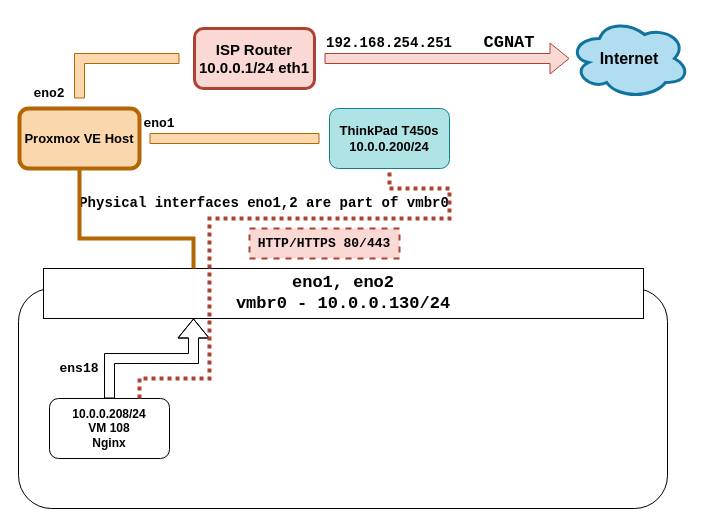
Above: docs/network-diagram.drawio in Andreansx/proxmox-nginx-vm-setup (draw.io), before the change. Source tidied: cells renumbered, new cells numbered last; positions are measured from the earlier drawing's top-left corner, leaving out a move shared by most shapes. Both pictures are drawn from the tidied source at 100%, with x=0, y=0 at pixel (18, 18).
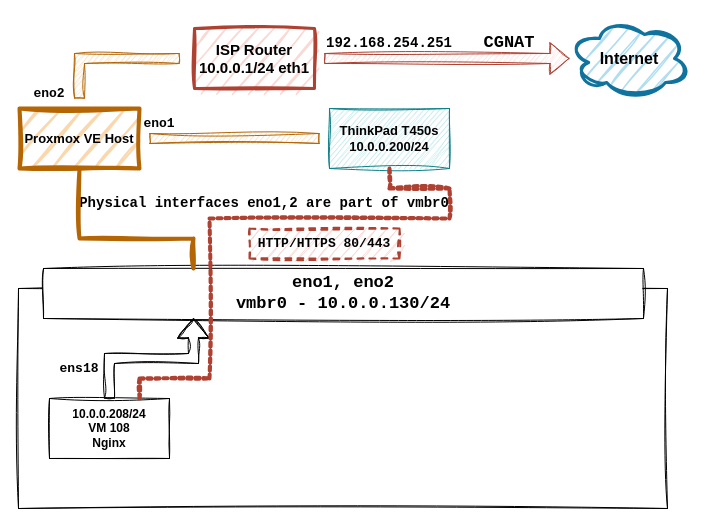
After the change.

Diff of the diagram source:
```diff
@@
-    <mxCell id="2" style="rounded=1;whiteSpace=wrap;html=1;strokeWidth=1;" parent="1" vertex="1">
+    <mxCell id="2" style="rounded=0;whiteSpace=wrap;html=1;strokeWidth=1;sketch=1;curveFitting=1;jiggle=2;" parent="1" vertex="1">
       <mxGeometry y="270" width="649" height="220" as="geometry" />
     </mxCell>
-    <mxCell id="3" value="&lt;font face=&quot;Helvetica&quot; style=&quot;font-size: 13px;&quot;&gt;&lt;b style=&quot;&quot;&gt;Proxmox VE Host&lt;/b&gt;&lt;/font&gt;" style="rounded=1;whiteSpace=wrap;html=1;fillColor=light-dark(#FAD7AC,#6C410C);strokeColor=light-dark(#B46504,#C98021);strokeWidth=4;" parent="1" vertex="1">
+    <mxCell id="3" value="&lt;font face=&quot;Helvetica&quot; style=&quot;font-size: 13px;&quot;&gt;&lt;b style=&quot;&quot;&gt;Proxmox VE Host&lt;/b&gt;&lt;/font&gt;" style="rounded=0;whiteSpace=wrap;html=1;fillColor=light-dark(#FAD7AC,#6C410C);strokeColor=light-dark(#B46504,#C98021);strokeWidth=4;sketch=1;curveFitting=1;jiggle=2;" parent="1" vertex="1">
       <mxGeometry x="1" y="90" width="120" height="60" as="geometry" />
     </mxCell>
-    <mxCell id="4" value="&lt;div&gt;10.0.0.208/24&lt;/div&gt;VM 108&lt;div&gt;Nginx&lt;/div&gt;" style="rounded=1;whiteSpace=wrap;html=1;fontStyle=1;" parent="1" vertex="1">
+    <mxCell id="4" value="&lt;div&gt;10.0.0.208/24&lt;/div&gt;VM 108&lt;div&gt;Nginx&lt;/div&gt;" style="rounded=0;whiteSpace=wrap;html=1;fontStyle=1;sketch=1;curveFitting=1;jiggle=2;" parent="1" vertex="1">
       <mxGeometry x="31" y="380" width="120" height="60" as="geometry" />
     </mxCell>
-    <mxCell id="5" value="&lt;b&gt;&lt;font style=&quot;font-size: 16px;&quot;&gt;Internet&lt;/font&gt;&lt;/b&gt;" style="ellipse;shape=cloud;whiteSpace=wrap;html=1;fillColor=light-dark(#B1DDF0,#1D4C60);strokeColor=#10739e;strokeWidth=3;" parent="1" vertex="1">
+    <mxCell id="5" value="&lt;b&gt;&lt;font style=&quot;font-size: 16px;&quot;&gt;Internet&lt;/font&gt;&lt;/b&gt;" style="ellipse;shape=cloud;whiteSpace=wrap;html=1;fillColor=light-dark(#B1DDF0,#1D4C60);strokeColor=#10739e;strokeWidth=3;sketch=1;curveFitting=1;jiggle=2;rounded=0;" parent="1" vertex="1">
       <mxGeometry x="551" width="120" height="80" as="geometry" />
     </mxCell>
-    <mxCell id="6" style="shape=flexArrow;endArrow=none;html=1;rounded=0;fillColor=light-dark(#FAD7AC,#6C410C);strokeColor=light-dark(#B46504,#C98021);startFill=0;" parent="1" edge="1">
+    <mxCell id="6" style="shape=flexArrow;endArrow=none;html=1;rounded=0;fillColor=light-dark(#FAD7AC,#6C410C);strokeColor=light-dark(#B46504,#C98021);startFill=0;sketch=1;curveFitting=1;jiggle=2;" parent="1" edge="1">
       <mxGeometry relative="1" as="geometry">
         <mxPoint x="61" y="80" as="sourcePoint" />
         <mxPoint x="161" y="40" as="targetPoint" />
         <Array as="points">
           <mxPoint x="61" y="40" />
         </Array>
       </mxGeometry>
     </mxCell>
-    <mxCell id="7" value="&lt;b&gt;&lt;font style=&quot;font-size: 15px;&quot;&gt;ISP Router&lt;/font&gt;&lt;/b&gt;&lt;div&gt;&lt;b&gt;&lt;font style=&quot;font-size: 15px;&quot;&gt;10.0.0.1/24 eth1&lt;/font&gt;&lt;/b&gt;&lt;/div&gt;" style="rounded=1;whiteSpace=wrap;html=1;fillColor=light-dark(#FAD9D5,#6C3B33);strokeColor=light-dark(#AE4132,#EC5247);strokeWidth=3;" parent="1" vertex="1">
+    <mxCell id="7" value="&lt;b&gt;&lt;font style=&quot;font-size: 15px;&quot;&gt;ISP Router&lt;/font&gt;&lt;/b&gt;&lt;div&gt;&lt;b&gt;&lt;font style=&quot;font-size: 15px;&quot;&gt;10.0.0.1/24 eth1&lt;/font&gt;&lt;/b&gt;&lt;/div&gt;" style="rounded=0;whiteSpace=wrap;html=1;fillColor=light-dark(#FAD9D5,#6C3B33);strokeColor=light-dark(#AE4132,#EC5247);strokeWidth=3;sketch=1;curveFitting=1;jiggle=2;" parent="1" vertex="1">
       <mxGeometry x="176" y="10" width="120" height="60" as="geometry" />
     </mxCell>
-    <mxCell id="8" style="shape=flexArrow;endArrow=classic;html=1;rounded=0;fillColor=light-dark(#FAD9D5,#6C3B33);strokeColor=light-dark(#AE4132,#EC5247);" parent="1" edge="1" target="5">
+    <mxCell id="8" style="shape=flexArrow;endArrow=classic;html=1;rounded=0;fillColor=light-dark(#FAD9D5,#6C3B33);strokeColor=light-dark(#AE4132,#EC5247);sketch=1;curveFitting=1;jiggle=2;" parent="1" edge="1" target="5">
       <mxGeometry relative="1" as="geometry">
         <mxPoint x="306" y="40" as="sourcePoint" />
       </mxGeometry>
     </mxCell>
-    <mxCell id="9" value="&lt;div&gt;&lt;b&gt;&lt;font face=&quot;Courier New&quot; style=&quot;font-size: 17px;&quot;&gt;eno1, eno2&lt;/font&gt;&lt;/b&gt;&lt;/div&gt;&lt;b&gt;&lt;font face=&quot;Courier New&quot; style=&quot;font-size: 17px;&quot;&gt;vmbr0 - 10.0.0.130/24&lt;/font&gt;&lt;/b&gt;" style="rounded=0;whiteSpace=wrap;html=1;" parent="1" vertex="1">
+    <mxCell id="9" value="&lt;div&gt;&lt;b&gt;&lt;font face=&quot;Courier New&quot; style=&quot;font-size: 17px;&quot;&gt;eno1, eno2&lt;/font&gt;&lt;/b&gt;&lt;/div&gt;&lt;b&gt;&lt;font face=&quot;Courier New&quot; style=&quot;font-size: 17px;&quot;&gt;vmbr0 - 10.0.0.130/24&lt;/font&gt;&lt;/b&gt;" style="rounded=0;whiteSpace=wrap;html=1;sketch=1;curveFitting=1;jiggle=2;" parent="1" vertex="1">
       <mxGeometry x="25" y="250" width="600" height="50" as="geometry" />
     </mxCell>
-    <mxCell id="10" value="&lt;font face=&quot;Courier New&quot;&gt;&lt;span style=&quot;font-size: 13px;&quot;&gt;&lt;b&gt;eno2&lt;/b&gt;&lt;/span&gt;&lt;/font&gt;" style="text;html=1;align=center;verticalAlign=middle;whiteSpace=wrap;rounded=0;" parent="1" vertex="1">
+    <mxCell id="10" value="&lt;font face=&quot;Courier New&quot;&gt;&lt;span style=&quot;font-size: 13px;&quot;&gt;&lt;b&gt;eno2&lt;/b&gt;&lt;/span&gt;&lt;/font&gt;" style="text;html=1;align=center;verticalAlign=middle;whiteSpace=wrap;rounded=0;sketch=1;curveFitting=1;jiggle=2;" parent="1" vertex="1">
       <mxGeometry x="1" y="60" width="60" height="30" as="geometry" />
     </mxCell>
-    <mxCell id="11" value="&lt;pre&gt;&lt;b&gt;&lt;font style=&quot;font-size: 14px;&quot;&gt;Physical interfaces eno1,2 are part of vmbr0&lt;/font&gt;&lt;/b&gt;&lt;/pre&gt;" style="text;html=1;align=center;verticalAlign=middle;whiteSpace=wrap;rounded=0;" parent="1" vertex="1">
+    <mxCell id="11" value="&lt;pre&gt;&lt;b&gt;&lt;font style=&quot;font-size: 14px;&quot;&gt;Physical interfaces eno1,2 are part of vmbr0&lt;/font&gt;&lt;/b&gt;&lt;/pre&gt;" style="text;html=1;align=center;verticalAlign=middle;whiteSpace=wrap;rounded=0;sketch=1;curveFitting=1;jiggle=2;" parent="1" vertex="1">
       <mxGeometry x="91" y="170" width="310" height="30" as="geometry" />
     </mxCell>
-    <mxCell id="12" value="&lt;b&gt;&lt;font style=&quot;font-size: 13px;&quot;&gt;ThinkPad T450s&lt;/font&gt;&lt;/b&gt;&lt;div&gt;&lt;b&gt;&lt;font style=&quot;font-size: 13px;&quot;&gt;10.0.0.200/24&lt;/font&gt;&lt;/b&gt;&lt;/div&gt;" style="rounded=1;whiteSpace=wrap;html=1;fillColor=light-dark(#B0E3E6,#175358);strokeColor=#0e8088;" parent="1" vertex="1">
+    <mxCell id="12" value="&lt;b&gt;&lt;font style=&quot;font-size: 13px;&quot;&gt;ThinkPad T450s&lt;/font&gt;&lt;/b&gt;&lt;div&gt;&lt;b&gt;&lt;font style=&quot;font-size: 13px;&quot;&gt;10.0.0.200/24&lt;/font&gt;&lt;/b&gt;&lt;/div&gt;" style="rounded=0;whiteSpace=wrap;html=1;fillColor=light-dark(#B0E3E6,#175358);strokeColor=#0e8088;sketch=1;curveFitting=1;jiggle=2;" parent="1" vertex="1">
       <mxGeometry x="311" y="90" width="120" height="60" as="geometry" />
     </mxCell>
-    <mxCell id="13" style="shape=flexArrow;endArrow=none;html=1;rounded=0;fillColor=light-dark(#FAD7AC,#6C410C);strokeColor=light-dark(#B46504,#C98021);startFill=0;" parent="1" edge="1">
+    <mxCell id="13" style="shape=flexArrow;endArrow=none;html=1;rounded=0;fillColor=light-dark(#FAD7AC,#6C410C);strokeColor=light-dark(#B46504,#C98021);startFill=0;sketch=1;curveFitting=1;jiggle=2;" parent="1" edge="1">
       <mxGeometry relative="1" as="geometry">
         <mxPoint x="131" y="120" as="sourcePoint" />
         <mxPoint x="301" y="120" as="targetPoint" />
       </mxGeometry>
     </mxCell>
-    <mxCell id="14" value="&lt;b&gt;&lt;font style=&quot;font-size: 13px;&quot; face=&quot;Courier New&quot;&gt;eno1&lt;/font&gt;&lt;/b&gt;" style="text;html=1;align=center;verticalAlign=middle;whiteSpace=wrap;rounded=0;" parent="1" vertex="1">
+    <mxCell id="14" value="&lt;b&gt;&lt;font style=&quot;font-size: 13px;&quot; face=&quot;Courier New&quot;&gt;eno1&lt;/font&gt;&lt;/b&gt;" style="text;html=1;align=center;verticalAlign=middle;whiteSpace=wrap;rounded=0;sketch=1;curveFitting=1;jiggle=2;" parent="1" vertex="1">
       <mxGeometry x="111" y="90" width="60" height="30" as="geometry" />
     </mxCell>
-    <mxCell id="15" style="endArrow=none;html=1;rounded=0;entryX=0.5;entryY=1;entryDx=0;entryDy=0;strokeWidth=4;fillColor=#fad7ac;strokeColor=light-dark(#B46504,#C98021);exitX=0.25;exitY=0;exitDx=0;exitDy=0;" parent="1" edge="1" source="9" target="3">
+    <mxCell id="15" style="endArrow=none;html=1;rounded=0;entryX=0.5;entryY=1;entryDx=0;entryDy=0;strokeWidth=4;fillColor=#fad7ac;strokeColor=light-dark(#B46504,#C98021);exitX=0.25;exitY=0;exitDx=0;exitDy=0;sketch=1;curveFitting=1;jiggle=2;" parent="1" edge="1" source="9" target="3">
       <mxGeometry relative="1" as="geometry">
         <Array as="points">
           <mxPoint x="175" y="220" />
           <mxPoint x="61" y="220" />
         </Array>
       </mxGeometry>
     </mxCell>
-    <mxCell id="16" style="shape=flexArrow;endArrow=classic;html=1;rounded=0;entryX=0.25;entryY=1;entryDx=0;entryDy=0;exitX=0.5;exitY=0;exitDx=0;exitDy=0;" parent="1" edge="1" source="4" target="9">
+    <mxCell id="16" style="shape=flexArrow;endArrow=classic;html=1;rounded=0;entryX=0.25;entryY=1;entryDx=0;entryDy=0;exitX=0.5;exitY=0;exitDx=0;exitDy=0;sketch=1;curveFitting=1;jiggle=2;" parent="1" edge="1" source="4" target="9">
       <mxGeometry relative="1" as="geometry">
         <Array as="points">
           <mxPoint x="91" y="340" />
           <mxPoint x="175" y="340" />
         </Array>
       </mxGeometry>
     </mxCell>
-    <mxCell id="17" value="&lt;b&gt;&lt;font style=&quot;font-size: 13px;&quot; face=&quot;Courier New&quot;&gt;ens18&lt;/font&gt;&lt;/b&gt;" style="text;html=1;align=center;verticalAlign=middle;whiteSpace=wrap;rounded=0;" parent="1" vertex="1">
+    <mxCell id="17" value="&lt;b&gt;&lt;font style=&quot;font-size: 13px;&quot; face=&quot;Courier New&quot;&gt;ens18&lt;/font&gt;&lt;/b&gt;" style="text;html=1;align=center;verticalAlign=middle;whiteSpace=wrap;rounded=0;sketch=1;curveFitting=1;jiggle=2;" parent="1" vertex="1">
       <mxGeometry x="31" y="335" width="60" height="30" as="geometry" />
     </mxCell>
-    <mxCell id="18" style="endArrow=none;dashed=1;html=1;rounded=0;fillColor=#fad9d5;strokeColor=light-dark(#AE4132,#EC5247);exitX=0.75;exitY=0;exitDx=0;exitDy=0;strokeWidth=4;entryX=0.5;entryY=1;entryDx=0;entryDy=0;dashPattern=1 1;" parent="1" edge="1" source="4" target="12">
+    <mxCell id="18" style="endArrow=none;dashed=1;html=1;rounded=0;fillColor=#fad9d5;strokeColor=light-dark(#AE4132,#EC5247);exitX=0.75;exitY=0;exitDx=0;exitDy=0;strokeWidth=4;entryX=0.5;entryY=1;entryDx=0;entryDy=0;dashPattern=1 1;sketch=1;curveFitting=1;jiggle=2;" parent="1" edge="1" source="4" target="12">
       <mxGeometry relative="1" as="geometry">
         <Array as="points">
           <mxPoint x="121" y="360" />
           <mxPoint x="191" y="360" />
           <mxPoint x="191" y="200" />
           <mxPoint x="431" y="200" />
           <mxPoint x="431" y="170" />
           <mxPoint x="371" y="170" />
         </Array>
       </mxGeometry>
     </mxCell>
-    <mxCell id="19" value="&lt;b&gt;&lt;font style=&quot;font-size: 13px;&quot; face=&quot;Courier New&quot;&gt;HTTP/HTTPS 80/443&lt;/font&gt;&lt;/b&gt;" style="text;html=1;align=center;verticalAlign=middle;whiteSpace=wrap;rounded=0;fillColor=light-dark(#FAD9D5,#6C3B33);strokeColor=light-dark(#AE4132,#EC5247);perimeterSpacing=0;dashed=1;strokeWidth=2;" parent="1" vertex="1">
+    <mxCell id="19" value="&lt;b&gt;&lt;font style=&quot;font-size: 13px;&quot; face=&quot;Courier New&quot;&gt;HTTP/HTTPS 80/443&lt;/font&gt;&lt;/b&gt;" style="text;html=1;align=center;verticalAlign=middle;whiteSpace=wrap;rounded=0;fillColor=light-dark(#FAD9D5,#6C3B33);strokeColor=light-dark(#AE4132,#EC5247);perimeterSpacing=0;dashed=1;strokeWidth=2;sketch=1;curveFitting=1;jiggle=2;" parent="1" vertex="1">
       <mxGeometry x="231" y="210" width="150" height="30" as="geometry" />
     </mxCell>
-    <mxCell id="20" value="&lt;b&gt;&lt;font style=&quot;font-size: 17px;&quot; face=&quot;Courier New&quot;&gt;CGNAT&lt;/font&gt;&lt;/b&gt;" style="text;html=1;align=center;verticalAlign=middle;whiteSpace=wrap;rounded=0;" parent="1" vertex="1">
+    <mxCell id="20" value="&lt;b&gt;&lt;font style=&quot;font-size: 17px;&quot; face=&quot;Courier New&quot;&gt;CGNAT&lt;/font&gt;&lt;/b&gt;" style="text;html=1;align=center;verticalAlign=middle;whiteSpace=wrap;rounded=0;sketch=1;curveFitting=1;jiggle=2;" parent="1" vertex="1">
       <mxGeometry x="461" y="10" width="60" height="30" as="geometry" />
     </mxCell>
-    <mxCell id="21" value="&lt;font style=&quot;font-size: 14px;&quot; face=&quot;Courier New&quot;&gt;&lt;b style=&quot;&quot;&gt;192.168.254.251&lt;/b&gt;&lt;/font&gt;" style="text;html=1;align=center;verticalAlign=middle;whiteSpace=wrap;rounded=0;" parent="1" vertex="1">
+    <mxCell id="21" value="&lt;font style=&quot;font-size: 14px;&quot; face=&quot;Courier New&quot;&gt;&lt;b style=&quot;&quot;&gt;192.168.254.251&lt;/b&gt;&lt;/font&gt;" style="text;html=1;align=center;verticalAlign=middle;whiteSpace=wrap;rounded=0;sketch=1;curveFitting=1;jiggle=2;" parent="1" vertex="1">
       <mxGeometry x="341" y="10" width="60" height="30" as="geometry" />
     </mxCell>
```
